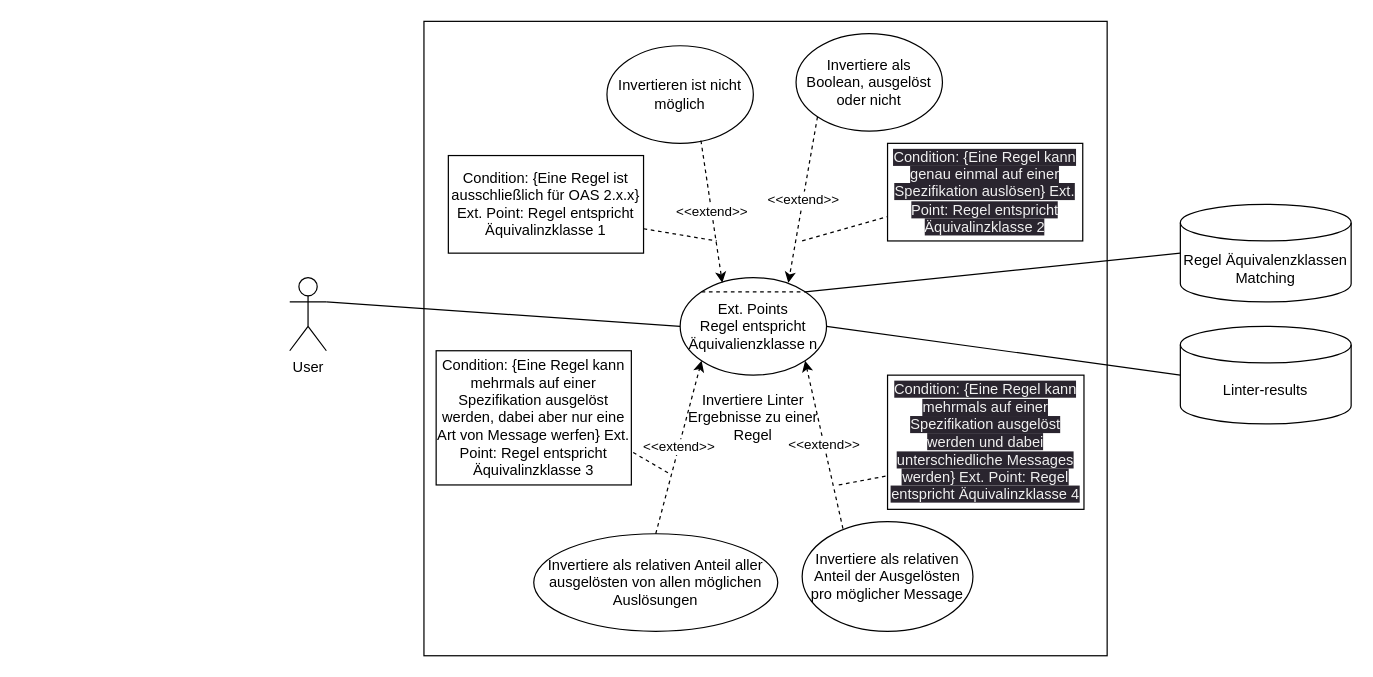
This is requirements/usecase/invert.drawio from paulbrenker/thesis, a draw.io file, before an edit. Source tidied: cells renumbered, new cells numbered last; positions are measured from the earlier drawing's top-left corner, leaving out a move shared by most shapes. Both pictures are drawn from the tidied source at 122%, with x=0, y=0 at pixel (289, 21).
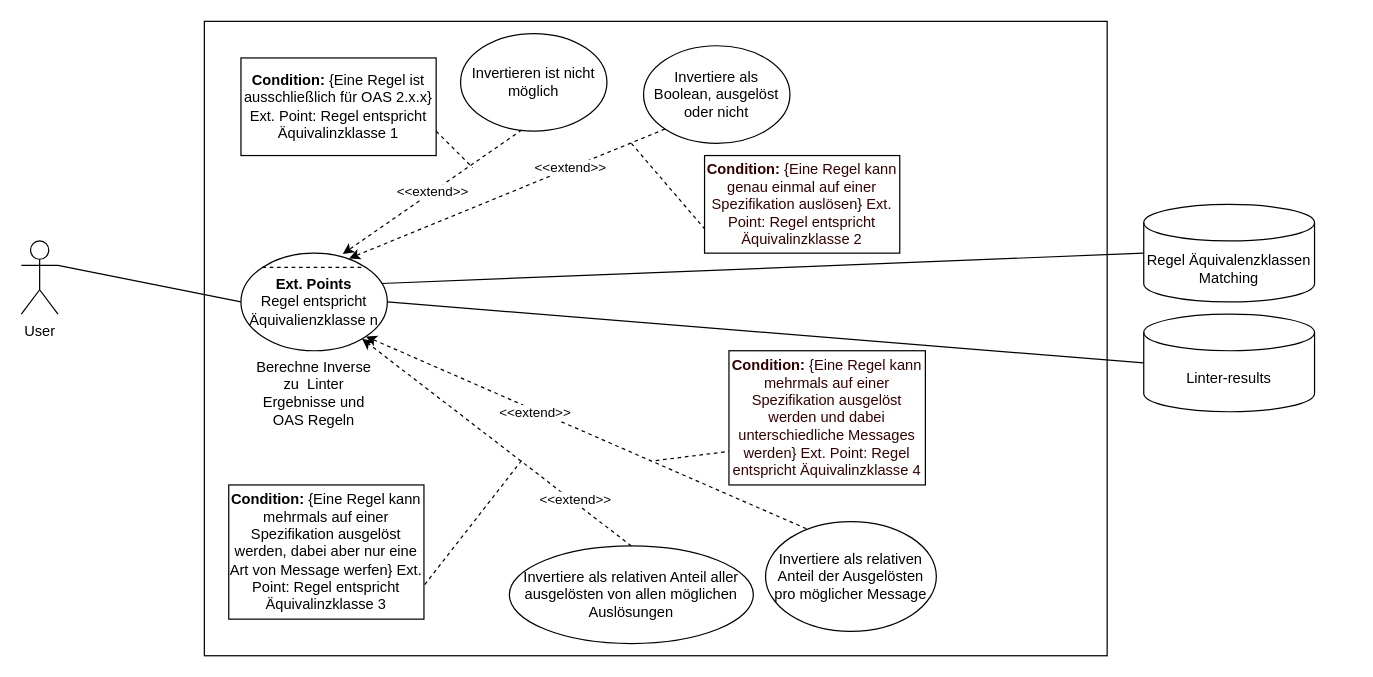
The same diagram, later.

Commit message (it also covers changes not shown here):
refactor usecase diagrams after feedback

What changed in the source:
```diff
@@
     <mxCell id="2" style="rounded=0;whiteSpace=wrap;html=1;" parent="1" vertex="1">
-      <mxGeometry x="110" width="560" height="520" as="geometry" />
+      <mxGeometry x="-70" width="740" height="520" as="geometry" />
     </mxCell>
     <mxCell id="3" value="User" style="shape=umlActor;verticalLabelPosition=bottom;verticalAlign=top;html=1;outlineConnect=0;" parent="1" vertex="1">
-      <mxGeometry y="210" width="30" height="60" as="geometry" />
+      <mxGeometry x="-220" y="180" width="30" height="60" as="geometry" />
     </mxCell>
-    <mxCell id="4" value="Ext. Points&lt;br&gt;Regel entspricht Äquivalienzklasse n" style="ellipse;whiteSpace=wrap;html=1;" parent="1" vertex="1">
-      <mxGeometry x="320" y="210" width="120" height="80" as="geometry" />
+    <mxCell id="4" value="&lt;b&gt;Ext. Points&lt;/b&gt;&lt;br&gt;Regel entspricht Äquivalienzklasse n" style="ellipse;whiteSpace=wrap;html=1;" parent="1" vertex="1">
+      <mxGeometry x="-40" y="190" width="120" height="80" as="geometry" />
     </mxCell>
@@
-    <mxCell id="6" value="Invertiere Linter Ergebnisse zu einer Regel" style="text;html=1;strokeColor=none;fillColor=none;align=center;verticalAlign=middle;whiteSpace=wrap;rounded=0;" parent="1" vertex="1">
-      <mxGeometry x="325" y="310" width="110" height="30" as="geometry" />
+    <mxCell id="6" value="Berechne Inverse zu&amp;nbsp; Linter Ergebnisse und OAS Regeln" style="text;html=1;strokeColor=none;fillColor=none;align=center;verticalAlign=middle;whiteSpace=wrap;rounded=0;" parent="1" vertex="1">
+      <mxGeometry x="-35" y="290" width="110" height="30" as="geometry" />
     </mxCell>
     <mxCell id="7" value="Regel Äquivalenzklassen Matching" style="shape=cylinder3;whiteSpace=wrap;html=1;boundedLbl=1;backgroundOutline=1;size=15;" parent="1" vertex="1">
-      <mxGeometry x="730" y="150" width="140" height="80" as="geometry" />
+      <mxGeometry x="700" y="150" width="140" height="80" as="geometry" />
     </mxCell>
     <mxCell id="8" value="Linter-results" style="shape=cylinder3;whiteSpace=wrap;html=1;boundedLbl=1;backgroundOutline=1;size=15;" parent="1" vertex="1">
-      <mxGeometry x="730" y="250" width="140" height="80" as="geometry" />
+      <mxGeometry x="700" y="240" width="140" height="80" as="geometry" />
     </mxCell>
-    <mxCell id="9" style="endArrow=none;html=1;exitX=1;exitY=0;exitDx=0;exitDy=0;entryX=0;entryY=0.5;entryDx=0;entryDy=0;entryPerimeter=0;" parent="1" edge="1" source="4" target="7">
+    <mxCell id="9" style="endArrow=none;html=1;exitX=0.96;exitY=0.311;exitDx=0;exitDy=0;entryX=0;entryY=0.5;entryDx=0;entryDy=0;entryPerimeter=0;exitPerimeter=0;" parent="1" edge="1" source="4" target="7">
       <mxGeometry relative="1" as="geometry" />
     </mxCell>
@@
     <mxCell id="12" value="Invertiere als Boolean, ausgelöst oder nicht" style="ellipse;whiteSpace=wrap;html=1;" parent="1" vertex="1">
-      <mxGeometry x="415" y="10" width="120" height="80" as="geometry" />
+      <mxGeometry x="290" y="20" width="120" height="80" as="geometry" />
     </mxCell>
     <mxCell id="13" value="Invertieren ist nicht möglich" style="ellipse;whiteSpace=wrap;html=1;" parent="1" vertex="1">
-      <mxGeometry x="260" y="20" width="120" height="80" as="geometry" />
+      <mxGeometry x="140" y="10" width="120" height="80" as="geometry" />
     </mxCell>
     <mxCell id="14" value="Invertiere als relativen Anteil der Ausgelösten pro möglicher Message" style="ellipse;whiteSpace=wrap;html=1;" parent="1" vertex="1">
-      <mxGeometry x="420" y="410" width="140" height="90" as="geometry" />
+      <mxGeometry x="390" y="410" width="140" height="90" as="geometry" />
     </mxCell>
     <mxCell id="15" value="Invertiere als relativen Anteil aller ausgelösten von allen möglichen Auslösungen" style="ellipse;whiteSpace=wrap;html=1;" parent="1" vertex="1">
-      <mxGeometry x="200" y="420" width="200" height="80" as="geometry" />
+      <mxGeometry x="180" y="430" width="200" height="80" as="geometry" />
     </mxCell>
     <mxCell id="16" value="&amp;lt;&amp;lt;extend&amp;gt;&amp;gt;" style="endArrow=classic;html=1;entryX=0.739;entryY=0.054;entryDx=0;entryDy=0;entryPerimeter=0;exitX=0;exitY=1;exitDx=0;exitDy=0;dashed=1;" parent="1" edge="1" source="12" target="4">
-      <mxGeometry relative="1" as="geometry" />
+      <mxGeometry x="-0.4" relative="1" as="geometry" />
     </mxCell>
-    <mxCell id="17" value="&amp;lt;&amp;lt;extend&amp;gt;&amp;gt;" style="endArrow=classic;html=1;exitX=0.642;exitY=0.971;exitDx=0;exitDy=0;entryX=0.288;entryY=0.054;entryDx=0;entryDy=0;entryPerimeter=0;exitPerimeter=0;dashed=1;" parent="1" edge="1" source="13" target="4">
+    <mxCell id="17" value="&amp;lt;&amp;lt;extend&amp;gt;&amp;gt;" style="endArrow=classic;html=1;exitX=0.418;exitY=0.988;exitDx=0;exitDy=0;entryX=0.696;entryY=0.008;entryDx=0;entryDy=0;entryPerimeter=0;exitPerimeter=0;dashed=1;" parent="1" edge="1" source="13" target="4">
       <mxGeometry relative="1" as="geometry" />
     </mxCell>
-    <mxCell id="18" value="&amp;lt;&amp;lt;extend&amp;gt;&amp;gt;" style="endArrow=classic;html=1;exitX=0.5;exitY=0;exitDx=0;exitDy=0;entryX=0;entryY=1;entryDx=0;entryDy=0;dashed=1;" parent="1" edge="1" source="15" target="4">
-      <mxGeometry relative="1" as="geometry" />
+    <mxCell id="18" value="&amp;lt;&amp;lt;extend&amp;gt;&amp;gt;" style="endArrow=classic;html=1;exitX=0.5;exitY=0;exitDx=0;exitDy=0;dashed=1;" parent="1" edge="1" source="15" target="4">
+      <mxGeometry x="-0.57" y="-2" relative="1" as="geometry" />
     </mxCell>
     <mxCell id="19" value="&amp;lt;&amp;lt;extend&amp;gt;&amp;gt;" style="endArrow=classic;html=1;entryX=1;entryY=1;entryDx=0;entryDy=0;exitX=0.239;exitY=0.065;exitDx=0;exitDy=0;exitPerimeter=0;dashed=1;" parent="1" edge="1" source="14" target="4">
-      <mxGeometry relative="1" as="geometry" />
+      <mxGeometry x="0.23" y="2" relative="1" as="geometry" />
     </mxCell>
-    <mxCell id="20" value="Condition: {Eine Regel kann mehrmals auf einer Spezifikation ausgelöst werden, dabei aber nur eine Art von Message werfen} Ext. Point: Regel entspricht Äquivalinzklasse 3" style="rounded=0;whiteSpace=wrap;html=1;" parent="1" vertex="1">
-      <mxGeometry x="120" y="270" width="160" height="110" as="geometry" />
+    <mxCell id="20" value="&lt;b&gt;Condition:&lt;/b&gt; {Eine Regel kann mehrmals auf einer Spezifikation ausgelöst werden, dabei aber nur eine Art von Message werfen} Ext. Point: Regel entspricht Äquivalinzklasse 3" style="rounded=0;whiteSpace=wrap;html=1;" parent="1" vertex="1">
+      <mxGeometry x="-50" y="380" width="160" height="110" as="geometry" />
     </mxCell>
-    <mxCell id="21" value="&lt;span style=&quot;color: rgb(240, 240, 240); font-family: Helvetica; font-size: 12px; font-style: normal; font-variant-ligatures: normal; font-variant-caps: normal; font-weight: 400; letter-spacing: normal; orphans: 2; text-align: center; text-indent: 0px; text-transform: none; widows: 2; word-spacing: 0px; -webkit-text-stroke-width: 0px; background-color: rgb(42, 37, 47); text-decoration-thickness: initial; text-decoration-style: initial; text-decoration-color: initial; float: none; display: inline !important;&quot;&gt;Condition: {Eine Regel kann genau einmal auf einer Spezifikation auslösen} Ext. Point: Regel entspricht Äquivalinzklasse 2&lt;/span&gt;" style="rounded=0;whiteSpace=wrap;html=1;" parent="1" vertex="1">
-      <mxGeometry x="490" y="100" width="160" height="80" as="geometry" />
+    <mxCell id="21" value="&lt;span style=&quot;font-family: Helvetica; font-size: 12px; font-style: normal; font-variant-ligatures: normal; font-variant-caps: normal; letter-spacing: normal; orphans: 2; text-align: center; text-indent: 0px; text-transform: none; widows: 2; word-spacing: 0px; -webkit-text-stroke-width: 0px; text-decoration-thickness: initial; text-decoration-style: initial; text-decoration-color: initial; float: none; background-color: rgb(255, 255, 255); display: inline !important;&quot;&gt;&lt;font style=&quot;&quot; color=&quot;#330000&quot;&gt;&lt;b&gt;Condition:&lt;/b&gt; {Eine Regel kann genau einmal auf einer Spezifikation auslösen} Ext. Point: Regel entspricht Äquivalinzklasse 2&lt;/font&gt;&lt;/span&gt;" style="rounded=0;whiteSpace=wrap;html=1;" parent="1" vertex="1">
+      <mxGeometry x="340" y="110" width="160" height="80" as="geometry" />
     </mxCell>
-    <mxCell id="22" value="Condition: {Eine Regel ist ausschließlich für OAS 2.x.x} Ext. Point: Regel entspricht Äquivalinzklasse 1" style="rounded=0;whiteSpace=wrap;html=1;" parent="1" vertex="1">
-      <mxGeometry x="130" y="110" width="160" height="80" as="geometry" />
+    <mxCell id="22" value="&lt;b&gt;Condition:&lt;/b&gt; {Eine Regel ist ausschließlich für OAS 2.x.x} Ext. Point: Regel entspricht Äquivalinzklasse 1" style="rounded=0;whiteSpace=wrap;html=1;" parent="1" vertex="1">
+      <mxGeometry x="-40" y="30" width="160" height="80" as="geometry" />
     </mxCell>
-    <mxCell id="23" value="&lt;span style=&quot;color: rgb(240, 240, 240); font-family: Helvetica; font-size: 12px; font-style: normal; font-variant-ligatures: normal; font-variant-caps: normal; font-weight: 400; letter-spacing: normal; orphans: 2; text-align: center; text-indent: 0px; text-transform: none; widows: 2; word-spacing: 0px; -webkit-text-stroke-width: 0px; background-color: rgb(42, 37, 47); text-decoration-thickness: initial; text-decoration-style: initial; text-decoration-color: initial; float: none; display: inline !important;&quot;&gt;Condition: {Eine Regel kann mehrmals auf einer Spezifikation ausgelöst werden und dabei unterschiedliche Messages werden} Ext. Point: Regel entspricht Äquivalinzklasse 4&lt;/span&gt;" style="rounded=0;whiteSpace=wrap;html=1;" parent="1" vertex="1">
-      <mxGeometry x="490" y="290" width="161" height="110" as="geometry" />
+    <mxCell id="23" value="&lt;span style=&quot;font-family: Helvetica; font-size: 12px; font-style: normal; font-variant-ligatures: normal; font-variant-caps: normal; letter-spacing: normal; orphans: 2; text-align: center; text-indent: 0px; text-transform: none; widows: 2; word-spacing: 0px; -webkit-text-stroke-width: 0px; text-decoration-thickness: initial; text-decoration-style: initial; text-decoration-color: initial; float: none; background-color: rgb(255, 255, 255); display: inline !important;&quot;&gt;&lt;font style=&quot;&quot; color=&quot;#330000&quot;&gt;&lt;b&gt;Condition:&lt;/b&gt; {Eine Regel kann mehrmals auf einer Spezifikation ausgelöst werden und dabei unterschiedliche Messages werden} Ext. Point: Regel entspricht Äquivalinzklasse 4&lt;/font&gt;&lt;/span&gt;" style="rounded=0;whiteSpace=wrap;html=1;" parent="1" vertex="1">
+      <mxGeometry x="360" y="270" width="161" height="110" as="geometry" />
     </mxCell>
     <mxCell id="24" style="endArrow=none;dashed=1;html=1;entryX=0;entryY=0.75;entryDx=0;entryDy=0;" parent="1" edge="1" target="23">
       <mxGeometry relative="1" as="geometry">
-        <mxPoint x="450" y="380" as="sourcePoint" />
+        <mxPoint x="300" y="360" as="sourcePoint" />
       </mxGeometry>
     </mxCell>
     <mxCell id="25" style="endArrow=none;dashed=1;html=1;entryX=1;entryY=0.75;entryDx=0;entryDy=0;" parent="1" edge="1" target="20">
       <mxGeometry relative="1" as="geometry">
-        <mxPoint x="310" y="370" as="sourcePoint" />
+        <mxPoint x="190" y="360" as="sourcePoint" />
       </mxGeometry>
     </mxCell>
     <mxCell id="26" style="endArrow=none;dashed=1;html=1;exitX=1;exitY=0.75;exitDx=0;exitDy=0;" parent="1" edge="1" source="22">
       <mxGeometry relative="1" as="geometry">
-        <mxPoint x="350" y="180" as="targetPoint" />
+        <mxPoint x="150" y="120" as="targetPoint" />
       </mxGeometry>
     </mxCell>
     <mxCell id="27" style="endArrow=none;dashed=1;html=1;entryX=0;entryY=0.75;entryDx=0;entryDy=0;" parent="1" edge="1" target="21">
       <mxGeometry relative="1" as="geometry">
-        <mxPoint x="420" y="180" as="sourcePoint" />
+        <mxPoint x="280" y="100" as="sourcePoint" />
       </mxGeometry>
     </mxCell>
```
